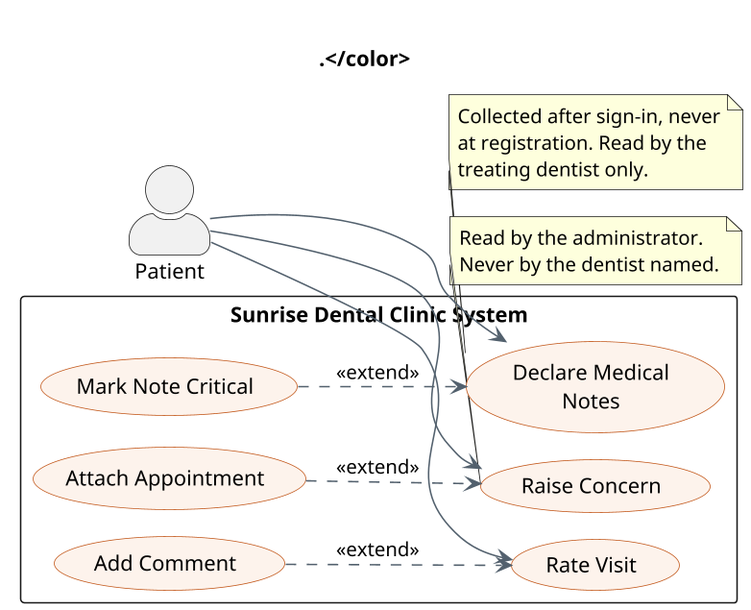
Before: modular/docs/use-case/use_case_patient_feedback.png, a diagram exported from PlantUML (ShakyaRanasinghe/sunrise-dental-clinic).
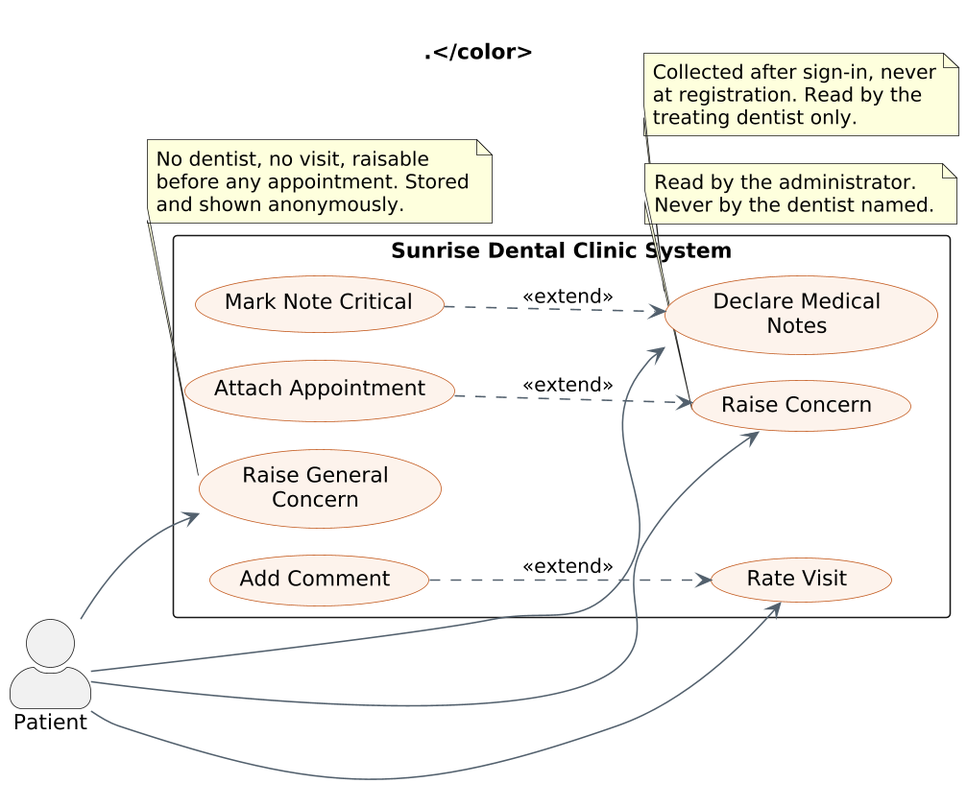
Later version of the same file.

The edit, as a diff of the source:
```diff
@@ -23,12 +23,14 @@
   usecase "Mark Note Critical" as UC_CRIT
   usecase "Raise Concern" as UC_CMP
   usecase "Attach Appointment" as UC_ATTACH
+  usecase "Raise General\nConcern" as UC_GEN
   usecase "Rate Visit" as UC_RATE
   usecase "Add Comment" as UC_COMMENT
 }
 
 PT --> UC_NOTES
 PT --> UC_CMP
+PT --> UC_GEN
 PT --> UC_RATE
 
 UC_CRIT    ..> UC_NOTES : <<extend>>
@@ -45,4 +47,10 @@
   Read by the administrator.
   Never by the dentist named.
 end note
+
+note bottom of UC_GEN
+  No dentist, no visit, raisable
+  before any appointment. Stored
+  and shown anonymously.
+end note
 @enduml
```
